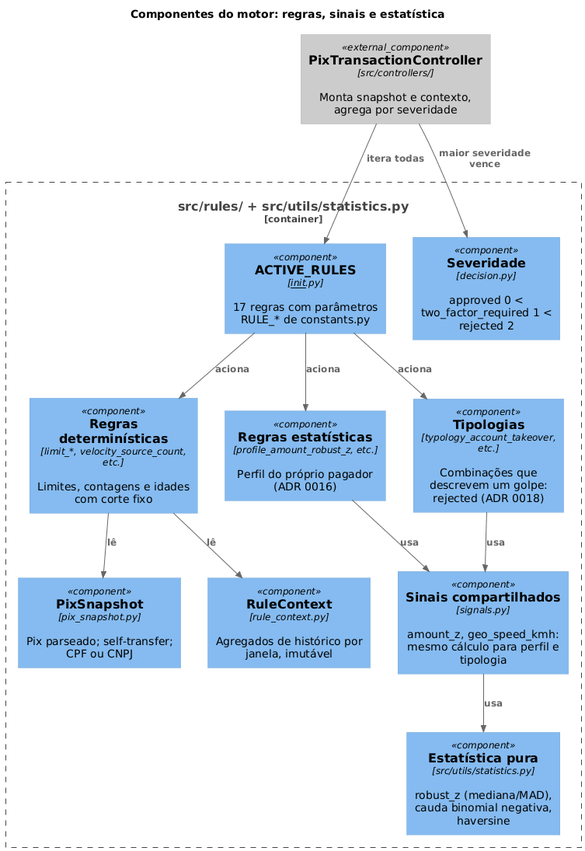
The PlantUML diagram docs/02-arquitetura/diagramas/c4-componentes-motor.png in phprestes/Hackathon-Anti-Fraud-Pix, before a commit.
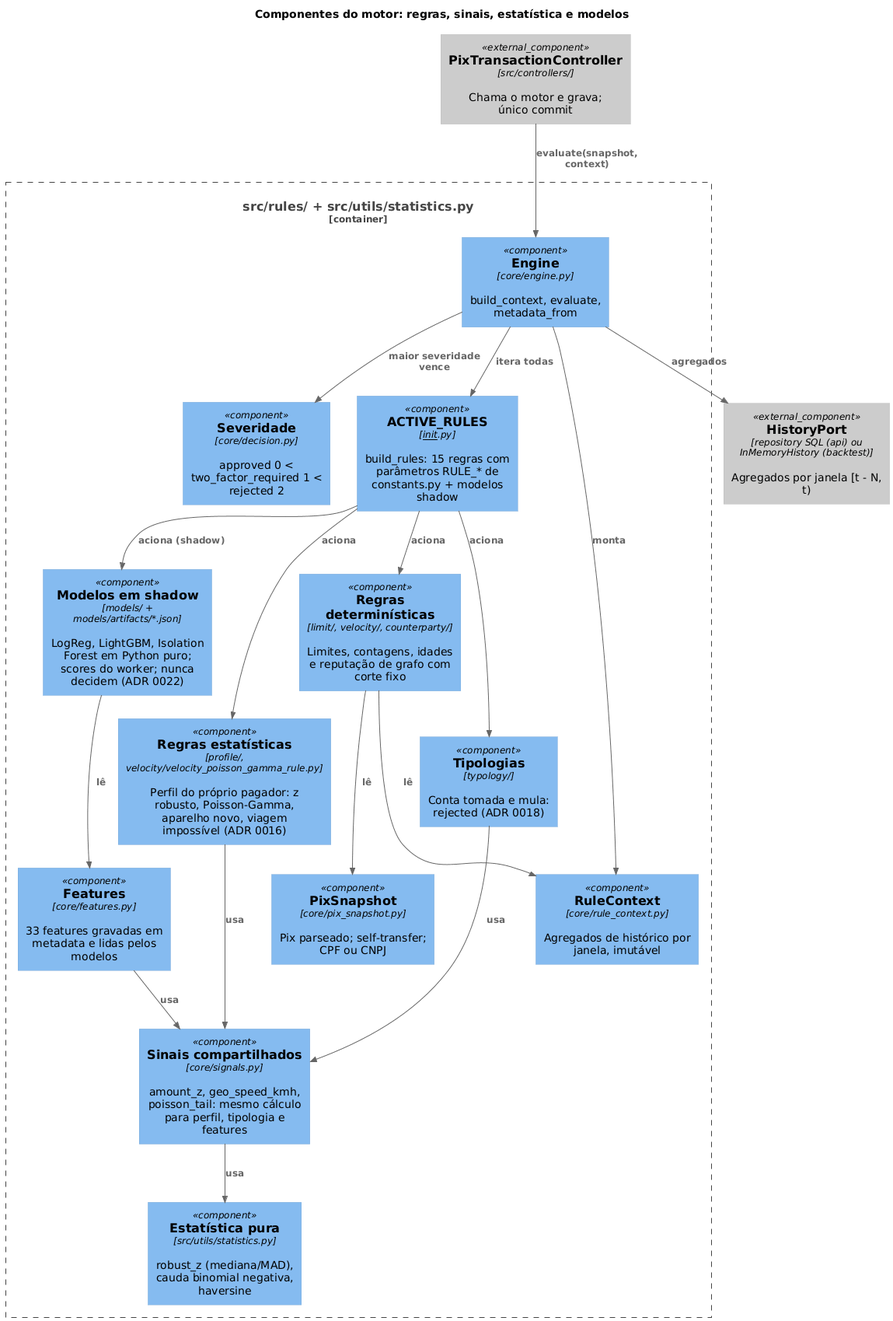
The same diagram one commit later.

The edit, as a diff of the source:
```diff
@@ -1,30 +1,40 @@
 @startuml
 !include https://raw.githubusercontent.com/plantuml-stdlib/C4-PlantUML/master/C4_Component.puml
 
-title Componentes do motor: regras, sinais e estatística
+title Componentes do motor: regras, sinais, estatística e modelos
 
-Component_Ext(controller, "PixTransactionController", "src/controllers/", "Monta snapshot e contexto, agrega por severidade")
+Component_Ext(controller, "PixTransactionController", "src/controllers/", "Chama o motor e grava; único commit")
+Component_Ext(history, "HistoryPort", "repository SQL (api) ou InMemoryHistory (backtest)", "Agregados por janela [t - N, t)")
 
 Container_Boundary(rules_boundary, "src/rules/ + src/utils/statistics.py") {
-    Component(snapshot, "PixSnapshot", "pix_snapshot.py", "Pix parseado; self-transfer; CPF ou CNPJ")
-    Component(context, "RuleContext", "rule_context.py", "Agregados de histórico por janela, imutável")
-    Component(registry, "ACTIVE_RULES", "__init__.py", "17 regras com parâmetros RULE_* de constants.py")
-    Component(det, "Regras determinísticas", "limit_*, velocity_source_count, etc.", "Limites, contagens e idades com corte fixo")
-    Component(stat, "Regras estatísticas", "profile_amount_robust_z, etc.", "Perfil do próprio pagador (ADR 0016)")
-    Component(typo, "Tipologias", "typology_account_takeover, etc.", "Combinações que descrevem um golpe: rejected (ADR 0018)")
-    Component(signals, "Sinais compartilhados", "signals.py", "amount_z, geo_speed_kmh: mesmo cálculo para perfil e tipologia")
+    Component(engine, "Engine", "core/engine.py", "build_context, evaluate, metadata_from")
+    Component(snapshot, "PixSnapshot", "core/pix_snapshot.py", "Pix parseado; self-transfer; CPF ou CNPJ")
+    Component(context, "RuleContext", "core/rule_context.py", "Agregados de histórico por janela, imutável")
+    Component(features, "Features", "core/features.py", "33 features gravadas em metadata e lidas pelos modelos")
+    Component(registry, "ACTIVE_RULES", "__init__.py", "build_rules: 15 regras com parâmetros RULE_* de constants.py + modelos shadow")
+    Component(det, "Regras determinísticas", "limit/, velocity/, counterparty/", "Limites, contagens, idades e reputação de grafo com corte fixo")
+    Component(stat, "Regras estatísticas", "profile/, velocity/velocity_poisson_gamma_rule.py", "Perfil do próprio pagador: z robusto, Poisson-Gamma, aparelho novo, viagem impossível (ADR 0016)")
+    Component(typo, "Tipologias", "typology/", "Conta tomada e mula: rejected (ADR 0018)")
+    Component(models, "Modelos em shadow", "models/ + models/artifacts/*.json", "LogReg, LightGBM, Isolation Forest em Python puro; scores do worker; nunca decidem (ADR 0022)")
+    Component(signals, "Sinais compartilhados", "core/signals.py", "amount_z, geo_speed_kmh, poisson_tail: mesmo cálculo para perfil, tipologia e features")
     Component(statistics, "Estatística pura", "src/utils/statistics.py", "robust_z (mediana/MAD), cauda binomial negativa, haversine")
-    Component(decision, "Severidade", "decision.py", "approved 0 < two_factor_required 1 < rejected 2")
+    Component(decision, "Severidade", "core/decision.py", "approved 0 < two_factor_required 1 < rejected 2")
 }
 
-Rel(controller, registry, "itera todas")
+Rel(controller, engine, "evaluate(snapshot, context)")
+Rel(engine, history, "agregados")
+Rel(engine, context, "monta")
+Rel(engine, registry, "itera todas")
 Rel(registry, det, "aciona")
 Rel(registry, stat, "aciona")
 Rel(registry, typo, "aciona")
+Rel(registry, models, "aciona (shadow)")
 Rel(det, snapshot, "lê")
 Rel(det, context, "lê")
 Rel(stat, signals, "usa")
 Rel(typo, signals, "usa")
+Rel(models, features, "lê")
+Rel(features, signals, "usa")
 Rel(signals, statistics, "usa")
-Rel(controller, decision, "maior severidade vence")
+Rel(engine, decision, "maior severidade vence")
 @enduml
```
